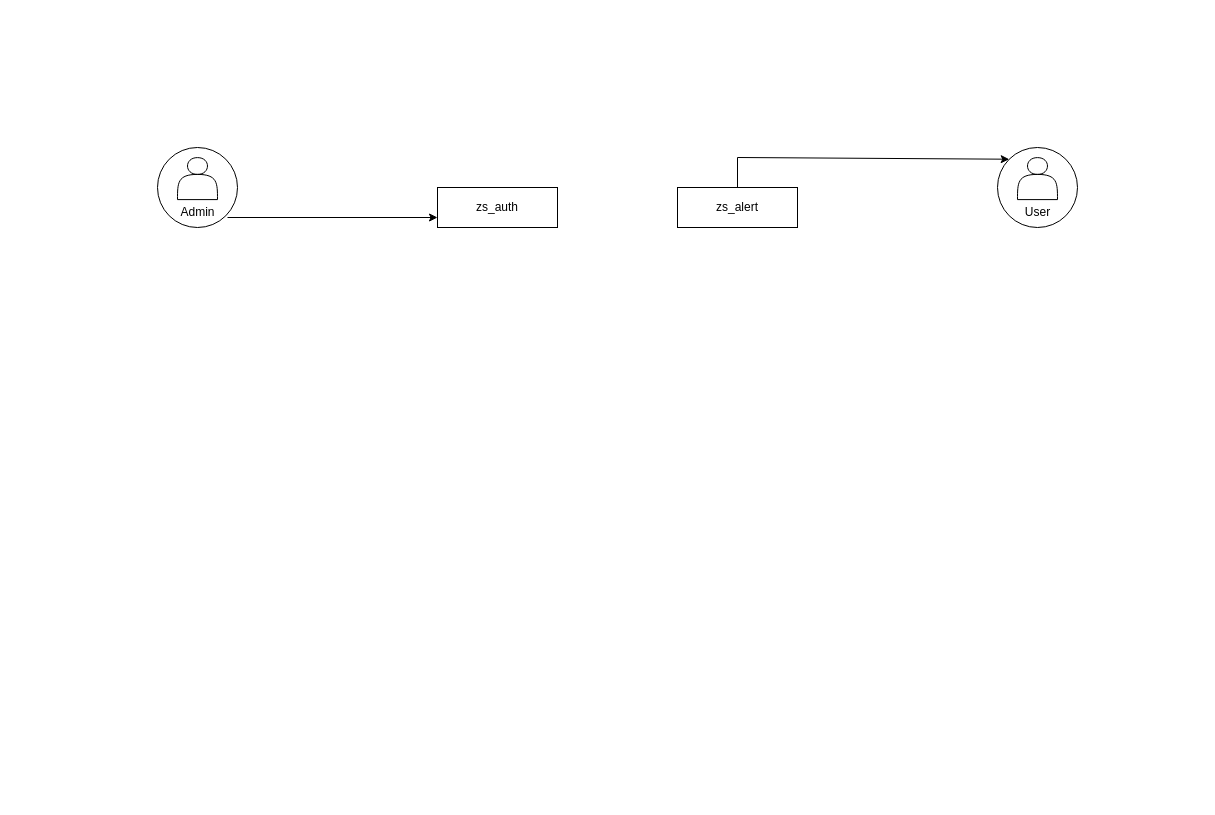
This is zs/moss.drawio from arlottang/tdh_bit, a draw.io file, before an edit. Source tidied: cells renumbered, new cells numbered last; positions are measured from the earlier drawing's top-left corner, leaving out a move shared by most shapes. Both pictures are drawn from the tidied source at 100%, with x=0, y=0 at pixel (157, 147).
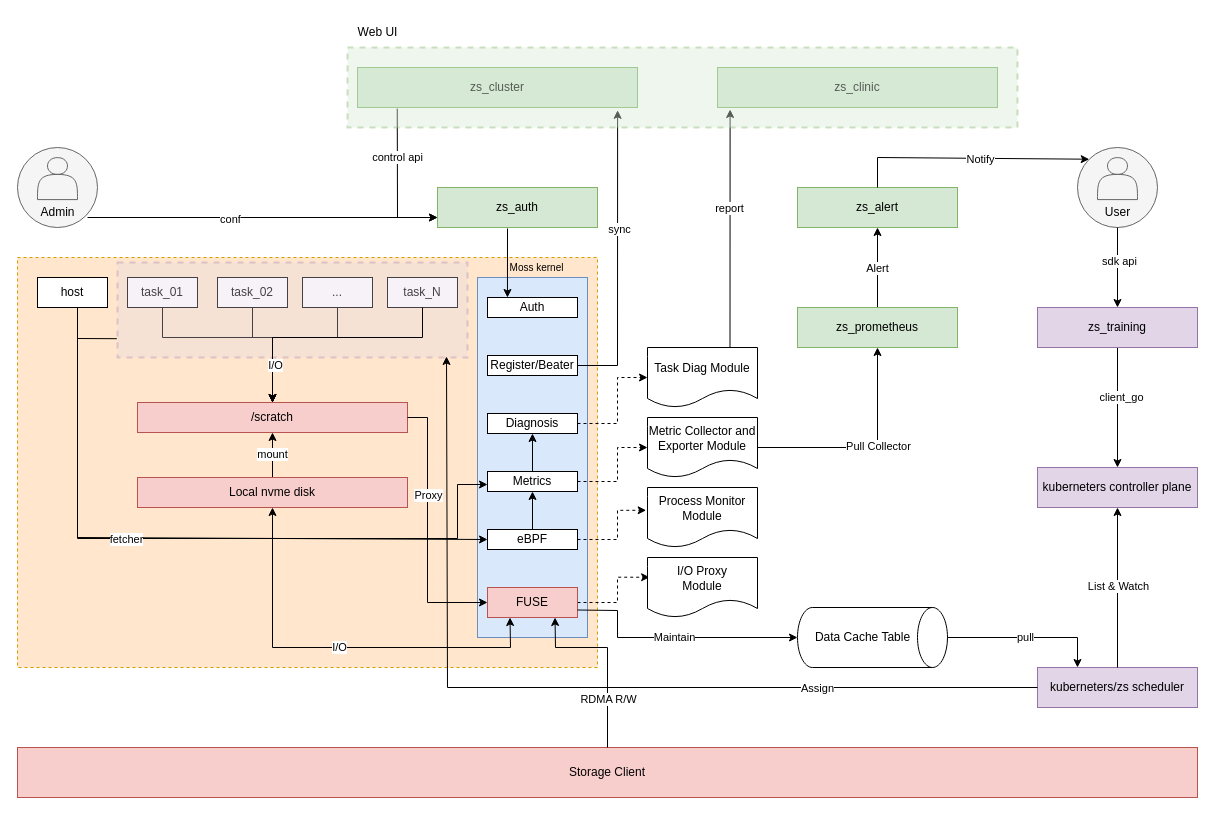
The same page after the edit.

The change refers to these unchanged cells:
```xml
<mxCell id="11" value="User" style="text;html=1;align=center;verticalAlign=middle;points=[];strokeColor=none;fillColor=none;" parent="8" vertex="1">
  <mxGeometry x="15" y="50" width="50" height="30" as="geometry" />
</mxCell>
<mxCell id="12" style="endArrow=classic;html=1;rounded=0;entryX=0;entryY=0.75;entryDx=0;entryDy=0;exitX=1;exitY=0.667;exitDx=0;exitDy=0;exitPerimeter=0;" parent="1" edge="1" source="5" target="6">
  <mxGeometry relative="1" as="geometry" />
</mxCell>
```

Change to the diagram source:
```diff
@@
     <mxCell id="2" style="group;" parent="1" vertex="1">
-      <mxGeometry width="80" height="80" as="geometry" />
+      <mxGeometry x="-140" width="80" height="80" as="geometry" />
     </mxCell>
-    <mxCell id="3" style="ellipse;whiteSpace=wrap;html=1;" parent="2" vertex="1">
+    <mxCell id="3" style="ellipse;whiteSpace=wrap;html=1;fillColor=#f5f5f5;fontColor=#333333;strokeColor=#666666;" parent="2" vertex="1">
       <mxGeometry width="80" height="80" as="geometry" />
     </mxCell>
-    <mxCell id="4" style="shape=actor;whiteSpace=wrap;html=1;" parent="2" vertex="1">
+    <mxCell id="4" style="shape=actor;whiteSpace=wrap;html=1;fillColor=#f5f5f5;fontColor=#333333;strokeColor=#666666;" parent="2" vertex="1">
       <mxGeometry x="20" y="10.1" width="40" height="42" as="geometry" />
     </mxCell>
@@
-    <mxCell id="6" value="zs_auth" style="rounded=0;whiteSpace=wrap;html=1;" parent="1" vertex="1">
-      <mxGeometry x="280" y="40" width="120" height="40" as="geometry" />
+    <mxCell id="6" value="zs_auth" style="rounded=0;whiteSpace=wrap;html=1;fillColor=#d5e8d4;strokeColor=#82b366;" parent="1" vertex="1">
+      <mxGeometry x="280" y="40" width="160" height="40" as="geometry" />
     </mxCell>
-    <mxCell id="7" value="zs_alert" style="rounded=0;whiteSpace=wrap;html=1;" parent="1" vertex="1">
-      <mxGeometry x="520" y="40" width="120" height="40" as="geometry" />
+    <mxCell id="7" value="zs_alert" style="rounded=0;whiteSpace=wrap;html=1;fillColor=#d5e8d4;strokeColor=#82b366;" parent="1" vertex="1">
+      <mxGeometry x="640" y="40" width="160" height="40" as="geometry" />
     </mxCell>
     <mxCell id="8" style="group;" parent="1" vertex="1">
-      <mxGeometry x="840" width="80" height="80" as="geometry" />
+      <mxGeometry x="920" width="80" height="80" as="geometry" />
     </mxCell>
-    <mxCell id="9" style="ellipse;whiteSpace=wrap;html=1;" parent="8" vertex="1">
+    <mxCell id="9" style="ellipse;whiteSpace=wrap;html=1;fillColor=#f5f5f5;fontColor=#333333;strokeColor=#666666;" parent="8" vertex="1">
       <mxGeometry width="80" height="80" as="geometry" />
     </mxCell>
-    <mxCell id="10" style="shape=actor;whiteSpace=wrap;html=1;" parent="8" vertex="1">
+    <mxCell id="10" style="shape=actor;whiteSpace=wrap;html=1;fillColor=#f5f5f5;fontColor=#333333;strokeColor=#666666;" parent="8" vertex="1">
       <mxGeometry x="20" y="10.1" width="40" height="42" as="geometry" />
     </mxCell>
@@
+    <mxCell id="14" value="conf" style="edgeLabel;html=1;align=center;verticalAlign=middle;" parent="12" vertex="1">
+      <mxGeometry x="-0.19" y="-1" relative="1" as="geometry" />
+    </mxCell>
     <mxCell id="13" style="endArrow=classic;html=1;rounded=0;exitX=0.5;exitY=0;exitDx=0;exitDy=0;entryX=0;entryY=0;entryDx=0;entryDy=0;" parent="1" edge="1" source="7" target="9">
       <mxGeometry relative="1" as="geometry">
         <Array as="points">
-          <mxPoint x="580" y="10" />
+          <mxPoint x="720" y="10" />
         </Array>
       </mxGeometry>
     </mxCell>
+    <mxCell id="15" value="Notify" style="edgeLabel;html=1;align=center;verticalAlign=middle;" parent="13" vertex="1">
+      <mxGeometry x="0.1" y="-1" relative="1" as="geometry" />
+    </mxCell>
+    <mxCell id="16" style="rounded=0;whiteSpace=wrap;html=1;dashed=1;fillColor=#ffe6cc;strokeColor=#d79b00;" parent="1" vertex="1">
+      <mxGeometry x="-140" y="110" width="580" height="410" as="geometry" />
+    </mxCell>
+    <mxCell id="17" value="task_01" style="rounded=0;whiteSpace=wrap;html=1;" parent="1" vertex="1">
+      <mxGeometry x="-30" y="130" width="70" height="30" as="geometry" />
+    </mxCell>
+    <mxCell id="18" value="task_02" style="rounded=0;whiteSpace=wrap;html=1;" parent="1" vertex="1">
+      <mxGeometry x="60" y="130" width="70" height="30" as="geometry" />
+    </mxCell>
+    <mxCell id="19" value="..." style="rounded=0;whiteSpace=wrap;html=1;" parent="1" vertex="1">
+      <mxGeometry x="145" y="130" width="70" height="30" as="geometry" />
+    </mxCell>
+    <mxCell id="20" value="task_N" style="rounded=0;whiteSpace=wrap;html=1;" parent="1" vertex="1">
+      <mxGeometry x="230" y="130" width="70" height="30" as="geometry" />
+    </mxCell>
+    <mxCell id="21" style="rounded=0;whiteSpace=wrap;html=1;fillColor=#dae8fc;strokeColor=#6c8ebf;" parent="1" vertex="1">
+      <mxGeometry x="320" y="130" width="110" height="360" as="geometry" />
+    </mxCell>
+    <mxCell id="22" value="Moss kernel" style="text;html=1;align=center;verticalAlign=middle;strokeColor=none;fillColor=none;fontSize=10;" parent="1" vertex="1">
+      <mxGeometry x="339" y="105" width="80" height="30" as="geometry" />
+    </mxCell>
+    <mxCell id="23" value="Auth" style="rounded=0;whiteSpace=wrap;html=1;" parent="1" vertex="1">
+      <mxGeometry x="330" y="150" width="90" height="20" as="geometry" />
+    </mxCell>
+    <mxCell id="24" style="endArrow=classic;html=1;rounded=0;entryX=0.222;entryY=0;entryDx=0;entryDy=0;entryPerimeter=0;" parent="1" edge="1" target="23">
+      <mxGeometry relative="1" as="geometry">
+        <mxPoint x="350" y="81" as="sourcePoint" />
+      </mxGeometry>
+    </mxCell>
+    <mxCell id="25" value="Register/Beater" style="rounded=0;whiteSpace=wrap;html=1;" parent="1" vertex="1">
+      <mxGeometry x="330" y="208" width="90" height="20" as="geometry" />
+    </mxCell>
+    <mxCell id="26" style="edgeStyle=orthogonalEdgeStyle;rounded=0;jettySize=auto;html=1;dashed=1;entryX=0;entryY=0.5;entryDx=0;entryDy=0;" parent="1" edge="1" source="27" target="56">
+      <mxGeometry relative="1" as="geometry">
+        <Array as="points">
+          <mxPoint x="460" y="276" />
+          <mxPoint x="460" y="230" />
+        </Array>
+      </mxGeometry>
+    </mxCell>
+    <mxCell id="27" value="Diagnosis" style="rounded=0;whiteSpace=wrap;html=1;" parent="1" vertex="1">
+      <mxGeometry x="330" y="266" width="90" height="20" as="geometry" />
+    </mxCell>
+    <mxCell id="28" style="edgeStyle=orthogonalEdgeStyle;rounded=0;jettySize=auto;html=1;" parent="1" edge="1" source="30" target="27">
+      <mxGeometry relative="1" as="geometry" />
+    </mxCell>
+    <mxCell id="29" style="edgeStyle=orthogonalEdgeStyle;rounded=0;jettySize=auto;html=1;dashed=1;" parent="1" edge="1" source="30" target="61">
+      <mxGeometry relative="1" as="geometry">
+        <Array as="points">
+          <mxPoint x="460" y="334" />
+          <mxPoint x="460" y="300" />
+        </Array>
+      </mxGeometry>
+    </mxCell>
+    <mxCell id="30" value="Metrics" style="rounded=0;whiteSpace=wrap;html=1;" parent="1" vertex="1">
+      <mxGeometry x="330" y="324" width="90" height="20" as="geometry" />
+    </mxCell>
+    <mxCell id="31" style="edgeStyle=orthogonalEdgeStyle;rounded=0;jettySize=auto;html=1;" parent="1" edge="1" source="33" target="30">
+      <mxGeometry relative="1" as="geometry" />
+    </mxCell>
+    <mxCell id="32" style="edgeStyle=orthogonalEdgeStyle;rounded=0;jettySize=auto;html=1;dashed=1;entryX=-0.012;entryY=0.38;entryDx=0;entryDy=0;entryPerimeter=0;" parent="1" edge="1" source="33" target="71">
+      <mxGeometry relative="1" as="geometry">
+        <Array as="points">
+          <mxPoint x="460" y="392" />
+          <mxPoint x="460" y="363" />
+        </Array>
+      </mxGeometry>
+    </mxCell>
+    <mxCell id="33" value="eBPF" style="rounded=0;whiteSpace=wrap;html=1;" parent="1" vertex="1">
+      <mxGeometry x="330" y="382" width="90" height="20" as="geometry" />
+    </mxCell>
+    <mxCell id="34" style="edgeStyle=orthogonalEdgeStyle;rounded=0;jettySize=auto;html=1;dashed=1;entryX=0.019;entryY=0.329;entryDx=0;entryDy=0;entryPerimeter=0;" parent="1" edge="1" source="35" target="72">
+      <mxGeometry relative="1" as="geometry">
+        <Array as="points">
+          <mxPoint x="460" y="455" />
+          <mxPoint x="460" y="430" />
+        </Array>
+      </mxGeometry>
+    </mxCell>
+    <mxCell id="35" value="FUSE" style="rounded=0;whiteSpace=wrap;html=1;fillColor=#f8cecc;strokeColor=#b85450;" parent="1" vertex="1">
+      <mxGeometry x="330" y="440" width="90" height="30" as="geometry" />
+    </mxCell>
+    <mxCell id="36" value="/scratch" style="rounded=0;whiteSpace=wrap;html=1;fillColor=#f8cecc;strokeColor=#b85450;" parent="1" vertex="1">
+      <mxGeometry x="-20" y="255" width="270" height="30" as="geometry" />
+    </mxCell>
+    <mxCell id="37" style="edgeStyle=orthogonalEdgeStyle;rounded=0;jettySize=auto;html=1;" parent="1" edge="1" source="39" target="36">
+      <mxGeometry relative="1" as="geometry" />
+    </mxCell>
+    <mxCell id="38" value="mount" style="edgeLabel;html=1;align=center;verticalAlign=middle;" parent="37" vertex="1">
+      <mxGeometry x="0.08" y="1" relative="1" as="geometry" />
+    </mxCell>
+    <mxCell id="39" value="Local nvme disk" style="rounded=0;whiteSpace=wrap;html=1;fillColor=#f8cecc;strokeColor=#b85450;" parent="1" vertex="1">
+      <mxGeometry x="-20" y="330" width="270" height="30" as="geometry" />
+    </mxCell>
+    <mxCell id="40" style="endArrow=classic;html=1;rounded=0;exitX=0.5;exitY=1;exitDx=0;exitDy=0;entryX=0.5;entryY=0;entryDx=0;entryDy=0;" parent="1" edge="1" source="18" target="36">
+      <mxGeometry relative="1" as="geometry">
+        <Array as="points">
+          <mxPoint x="95" y="190" />
+          <mxPoint x="115" y="190" />
+        </Array>
+      </mxGeometry>
+    </mxCell>
+    <mxCell id="41" style="endArrow=classic;html=1;rounded=0;entryX=0.5;entryY=0;entryDx=0;entryDy=0;exitX=0.5;exitY=1;exitDx=0;exitDy=0;" parent="1" edge="1" source="17" target="36">
+      <mxGeometry relative="1" as="geometry">
+        <Array as="points">
+          <mxPoint x="5" y="190" />
+          <mxPoint x="115" y="190" />
+        </Array>
+      </mxGeometry>
+    </mxCell>
+    <mxCell id="42" style="endArrow=classic;html=1;rounded=0;exitX=0.5;exitY=1;exitDx=0;exitDy=0;entryX=0.5;entryY=0;entryDx=0;entryDy=0;" parent="1" edge="1" source="19" target="36">
+      <mxGeometry relative="1" as="geometry">
+        <Array as="points">
+          <mxPoint x="180" y="190" />
+          <mxPoint x="115" y="190" />
+        </Array>
+      </mxGeometry>
+    </mxCell>
+    <mxCell id="43" style="rounded=0;whiteSpace=wrap;html=1;opacity=30;strokeWidth=2;dashed=1;fillColor=#e1d5e7;strokeColor=#9673a6;" parent="1" vertex="1">
+      <mxGeometry x="-40" y="115" width="350" height="95" as="geometry" />
+    </mxCell>
+    <mxCell id="44" style="endArrow=classic;html=1;rounded=0;entryX=0.5;entryY=0;entryDx=0;entryDy=0;exitX=0.5;exitY=1;exitDx=0;exitDy=0;" parent="1" edge="1" source="20" target="36">
+      <mxGeometry relative="1" as="geometry">
+        <Array as="points">
+          <mxPoint x="265" y="190" />
+          <mxPoint x="115" y="190" />
+        </Array>
+      </mxGeometry>
+    </mxCell>
+    <mxCell id="45" value="I/O" style="edgeLabel;html=1;align=center;verticalAlign=middle;" parent="44" vertex="1">
+      <mxGeometry x="0.69" y="2" relative="1" as="geometry" />
+    </mxCell>
+    <mxCell id="46" value="host" style="rounded=0;whiteSpace=wrap;html=1;" parent="1" vertex="1">
+      <mxGeometry x="-120" y="130" width="70" height="30" as="geometry" />
+    </mxCell>
+    <mxCell id="47" style="endArrow=classic;html=1;rounded=0;entryX=0;entryY=0.5;entryDx=0;entryDy=0;" parent="1" edge="1" target="33">
+      <mxGeometry relative="1" as="geometry">
+        <mxPoint x="-80" y="160" as="sourcePoint" />
+        <Array as="points">
+          <mxPoint x="-80" y="390" />
+        </Array>
+      </mxGeometry>
+    </mxCell>
+    <mxCell id="48" style="endArrow=classic;html=1;rounded=0;entryX=0;entryY=0.5;entryDx=0;entryDy=0;exitX=-0.002;exitY=0.792;exitDx=0;exitDy=0;exitPerimeter=0;" parent="1" edge="1">
+      <mxGeometry relative="1" as="geometry">
+        <mxPoint x="-40.7" y="191.2" as="sourcePoint" />
+        <mxPoint x="330" y="337" as="targetPoint" />
+        <Array as="points">
+          <mxPoint x="-80" y="191" />
+          <mxPoint x="-80" y="391" />
+          <mxPoint x="300" y="391" />
+          <mxPoint x="300" y="337" />
+        </Array>
+      </mxGeometry>
+    </mxCell>
+    <mxCell id="49" value="fetcher" style="edgeLabel;html=1;align=center;verticalAlign=middle;" parent="48" vertex="1">
+      <mxGeometry x="-0.18" y="-2" relative="1" as="geometry">
+        <mxPoint y="-2" as="offset" />
+      </mxGeometry>
+    </mxCell>
+    <mxCell id="50" value="zs_cluster" style="rounded=0;whiteSpace=wrap;html=1;fillColor=#d5e8d4;strokeColor=#82b366;" parent="1" vertex="1">
+      <mxGeometry x="200" y="-80" width="280" height="40" as="geometry" />
+    </mxCell>
+    <mxCell id="51" style="endArrow=classic;html=1;rounded=0;exitX=0.142;exitY=1.028;exitDx=0;exitDy=0;entryX=0;entryY=0.75;entryDx=0;entryDy=0;exitPerimeter=0;" parent="1" edge="1" source="50" target="6">
+      <mxGeometry relative="1" as="geometry">
+        <Array as="points">
+          <mxPoint x="240" y="70" />
+        </Array>
+      </mxGeometry>
+    </mxCell>
+    <mxCell id="52" value="control api" style="edgeLabel;html=1;align=center;verticalAlign=middle;" parent="51" vertex="1">
+      <mxGeometry x="-0.36" relative="1" as="geometry" />
+    </mxCell>
+    <mxCell id="53" style="endArrow=classic;html=1;rounded=0;exitX=1;exitY=0.5;exitDx=0;exitDy=0;entryX=0.929;entryY=1.07;entryDx=0;entryDy=0;entryPerimeter=0;" parent="1" edge="1" source="25" target="50">
+      <mxGeometry relative="1" as="geometry">
+        <Array as="points">
+          <mxPoint x="460" y="218" />
+        </Array>
+      </mxGeometry>
+    </mxCell>
+    <mxCell id="54" value="sync" style="edgeLabel;html=1;align=center;verticalAlign=middle;" parent="53" vertex="1">
+      <mxGeometry x="0.2" y="-1" relative="1" as="geometry" />
+    </mxCell>
+    <mxCell id="55" value="zs_clinic" style="rounded=0;whiteSpace=wrap;html=1;fillColor=#d5e8d4;strokeColor=#82b366;" parent="1" vertex="1">
+      <mxGeometry x="560" y="-80" width="280" height="40" as="geometry" />
+    </mxCell>
+    <mxCell id="56" value="Task Diag Module" style="shape=document;whiteSpace=wrap;html=1;boundedLbl=1;" parent="1" vertex="1">
+      <mxGeometry x="490" y="200" width="110" height="60" as="geometry" />
+    </mxCell>
+    <mxCell id="57" style="endArrow=classic;html=1;rounded=0;exitX=0.75;exitY=0;exitDx=0;exitDy=0;entryX=0.045;entryY=1.05;entryDx=0;entryDy=0;entryPerimeter=0;" parent="1" edge="1" source="56" target="55">
+      <mxGeometry relative="1" as="geometry" />
+    </mxCell>
+    <mxCell id="58" value="report" style="edgeLabel;html=1;align=center;verticalAlign=middle;" parent="57" vertex="1">
+      <mxGeometry x="0.17" y="1" relative="1" as="geometry" />
+    </mxCell>
+    <mxCell id="59" style="edgeStyle=orthogonalEdgeStyle;rounded=0;jettySize=auto;html=1;entryX=0.5;entryY=1;entryDx=0;entryDy=0;" parent="1" edge="1" source="61" target="64">
+      <mxGeometry relative="1" as="geometry" />
+    </mxCell>
+    <mxCell id="60" value="Pull Collector" style="edgeLabel;html=1;align=center;verticalAlign=middle;" parent="59" vertex="1">
+      <mxGeometry x="0.44" y="-2" relative="1" as="geometry">
+        <mxPoint x="-2" y="36" as="offset" />
+      </mxGeometry>
+    </mxCell>
+    <mxCell id="61" value="Metric Collector and Exporter Module" style="shape=document;whiteSpace=wrap;html=1;boundedLbl=1;" parent="1" vertex="1">
+      <mxGeometry x="490" y="270" width="110" height="60" as="geometry" />
+    </mxCell>
+    <mxCell id="62" style="edgeStyle=orthogonalEdgeStyle;rounded=0;jettySize=auto;html=1;" parent="1" edge="1" source="64" target="7">
+      <mxGeometry relative="1" as="geometry" />
+    </mxCell>
+    <mxCell id="63" value="Alert" style="edgeLabel;html=1;align=center;verticalAlign=middle;" parent="62" vertex="1">
+      <mxGeometry y="1" relative="1" as="geometry" />
+    </mxCell>
+    <mxCell id="64" value="zs_prometheus" style="rounded=0;whiteSpace=wrap;html=1;fillColor=#d5e8d4;strokeColor=#82b366;" parent="1" vertex="1">
+      <mxGeometry x="640" y="160" width="160" height="40" as="geometry" />
+    </mxCell>
+    <mxCell id="65" style="endArrow=classic;html=1;rounded=0;exitX=1;exitY=0.5;exitDx=0;exitDy=0;entryX=0;entryY=0.5;entryDx=0;entryDy=0;" parent="1" edge="1" source="36" target="35">
+      <mxGeometry relative="1" as="geometry">
+        <Array as="points">
+          <mxPoint x="270" y="270" />
+          <mxPoint x="270" y="455" />
+        </Array>
+      </mxGeometry>
+    </mxCell>
+    <mxCell id="66" value="Proxy" style="edgeLabel;html=1;align=center;verticalAlign=middle;" parent="65" vertex="1">
+      <mxGeometry x="-0.27" relative="1" as="geometry" />
+    </mxCell>
+    <mxCell id="67" style="endArrow=classic;html=1;rounded=0;exitX=0.25;exitY=1;exitDx=0;exitDy=0;entryX=0.5;entryY=1;entryDx=0;entryDy=0;startArrow=classic;startFill=1;" parent="1" edge="1" source="35" target="39">
+      <mxGeometry relative="1" as="geometry">
+        <Array as="points">
+          <mxPoint x="353" y="500" />
+          <mxPoint x="115" y="500" />
+        </Array>
+      </mxGeometry>
+    </mxCell>
+    <mxCell id="68" value="I/O" style="edgeLabel;html=1;align=center;verticalAlign=middle;" parent="67" vertex="1">
+      <mxGeometry x="-0.01" y="-1" relative="1" as="geometry" />
+    </mxCell>
+    <mxCell id="69" style="rounded=0;whiteSpace=wrap;html=1;fillColor=#d5e8d4;strokeColor=#82b366;opacity=40;dashed=1;strokeWidth=2;" parent="1" vertex="1">
+      <mxGeometry x="190" y="-100" width="670" height="80" as="geometry" />
+    </mxCell>
+    <mxCell id="70" value="Web UI" style="text;html=1;align=center;verticalAlign=middle;strokeColor=none;fillColor=none;" parent="1" vertex="1">
+      <mxGeometry x="190" y="-130" width="60" height="30" as="geometry" />
+    </mxCell>
+    <mxCell id="71" value="Process Monitor&lt;br&gt;Module" style="shape=document;whiteSpace=wrap;html=1;boundedLbl=1;" parent="1" vertex="1">
+      <mxGeometry x="490" y="340" width="110" height="60" as="geometry" />
+    </mxCell>
+    <mxCell id="72" value="I/O Proxy&lt;br&gt;Module" style="shape=document;whiteSpace=wrap;html=1;boundedLbl=1;" parent="1" vertex="1">
+      <mxGeometry x="490" y="410" width="110" height="60" as="geometry" />
+    </mxCell>
+    <mxCell id="73" value="Storage Client" style="rounded=0;whiteSpace=wrap;html=1;fillColor=#f8cecc;strokeColor=#b85450;" parent="1" vertex="1">
+      <mxGeometry x="-140" y="600" width="1180" height="50" as="geometry" />
+    </mxCell>
+    <mxCell id="74" style="endArrow=classic;html=1;rounded=0;exitX=0.5;exitY=0;exitDx=0;exitDy=0;entryX=0.75;entryY=1;entryDx=0;entryDy=0;" parent="1" edge="1" source="73" target="35">
+      <mxGeometry relative="1" as="geometry">
+        <Array as="points">
+          <mxPoint x="450" y="500" />
+          <mxPoint x="398" y="500" />
+        </Array>
+      </mxGeometry>
+    </mxCell>
+    <mxCell id="75" value="RDMA R/W" style="edgeLabel;html=1;align=center;verticalAlign=middle;" parent="74" vertex="1">
+      <mxGeometry x="-0.39" y="-1" relative="1" as="geometry">
+        <mxPoint x="-1" y="7" as="offset" />
+      </mxGeometry>
+    </mxCell>
+    <mxCell id="76" style="edgeStyle=orthogonalEdgeStyle;rounded=0;jettySize=auto;html=1;" parent="1" edge="1" source="78" target="81">
+      <mxGeometry relative="1" as="geometry" />
+    </mxCell>
+    <mxCell id="77" value="client_go" style="edgeLabel;html=1;align=center;verticalAlign=middle;" parent="76" vertex="1">
+      <mxGeometry x="-0.18" y="3" relative="1" as="geometry" />
+    </mxCell>
+    <mxCell id="78" value="zs_training" style="rounded=0;whiteSpace=wrap;html=1;fillColor=#e1d5e7;strokeColor=#9673a6;" parent="1" vertex="1">
+      <mxGeometry x="880" y="160" width="160" height="40" as="geometry" />
+    </mxCell>
+    <mxCell id="79" style="edgeStyle=orthogonalEdgeStyle;rounded=0;jettySize=auto;html=1;" parent="1" edge="1" source="11">
+      <mxGeometry relative="1" as="geometry">
+        <mxPoint x="960" y="160" as="targetPoint" />
+      </mxGeometry>
+    </mxCell>
+    <mxCell id="80" value="sdk api" style="edgeLabel;html=1;align=center;verticalAlign=middle;" parent="79" vertex="1">
+      <mxGeometry x="-0.16" y="1" relative="1" as="geometry">
+        <mxPoint y="-1" as="offset" />
+      </mxGeometry>
+    </mxCell>
+    <mxCell id="81" value="kuberneters controller plane" style="rounded=0;whiteSpace=wrap;html=1;fillColor=#e1d5e7;strokeColor=#9673a6;" parent="1" vertex="1">
+      <mxGeometry x="880" y="320" width="160" height="40" as="geometry" />
+    </mxCell>
+    <mxCell id="82" value="kuberneters/zs scheduler" style="rounded=0;whiteSpace=wrap;html=1;fillColor=#e1d5e7;strokeColor=#9673a6;" parent="1" vertex="1">
+      <mxGeometry x="880" y="520" width="160" height="40" as="geometry" />
+    </mxCell>
+    <mxCell id="83" style="group;" parent="1" vertex="1">
+      <mxGeometry x="640" y="460" width="150" height="60" as="geometry" />
+    </mxCell>
+    <mxCell id="84" style="shape=cylinder3;whiteSpace=wrap;html=1;boundedLbl=1;backgroundOutline=1;size=15;rotation=90;" parent="83" vertex="1">
+      <mxGeometry x="45" y="-45" width="60" height="150" as="geometry" />
+    </mxCell>
+    <mxCell id="85" value="Data Cache Table" style="text;html=1;align=center;verticalAlign=middle;strokeColor=none;fillColor=none;" parent="83" vertex="1">
+      <mxGeometry x="5" y="15" width="120" height="30" as="geometry" />
+    </mxCell>
+    <mxCell id="86" style="endArrow=classic;html=1;rounded=0;entryX=0.94;entryY=0.989;entryDx=0;entryDy=0;entryPerimeter=0;exitX=0;exitY=0.5;exitDx=0;exitDy=0;" parent="1" edge="1" source="82" target="43">
+      <mxGeometry relative="1" as="geometry">
+        <Array as="points">
+          <mxPoint x="290" y="540" />
+        </Array>
+      </mxGeometry>
+    </mxCell>
+    <mxCell id="87" value="Assign" style="edgeLabel;html=1;align=center;verticalAlign=middle;" parent="86" vertex="1">
+      <mxGeometry x="-0.52" relative="1" as="geometry" />
+    </mxCell>
+    <mxCell id="88" style="endArrow=classic;html=1;rounded=0;exitX=0.5;exitY=0;exitDx=0;exitDy=0;exitPerimeter=0;entryX=0.25;entryY=0;entryDx=0;entryDy=0;" parent="1" edge="1" source="84" target="82">
+      <mxGeometry relative="1" as="geometry">
+        <Array as="points">
+          <mxPoint x="920" y="490" />
+        </Array>
+      </mxGeometry>
+    </mxCell>
+    <mxCell id="89" value="pull" style="edgeLabel;html=1;align=center;verticalAlign=middle;" parent="88" vertex="1">
+      <mxGeometry x="-0.04" y="1" relative="1" as="geometry" />
+    </mxCell>
+    <mxCell id="90" style="endArrow=classic;html=1;rounded=0;entryX=0.5;entryY=1;entryDx=0;entryDy=0;entryPerimeter=0;exitX=1;exitY=0.75;exitDx=0;exitDy=0;" parent="1" edge="1" source="35" target="84">
+      <mxGeometry relative="1" as="geometry">
+        <Array as="points">
+          <mxPoint x="460" y="463" />
+          <mxPoint x="460" y="490" />
+        </Array>
+      </mxGeometry>
+    </mxCell>
+    <mxCell id="91" value="Maintain" style="edgeLabel;html=1;align=center;verticalAlign=middle;" parent="90" vertex="1">
+      <mxGeometry y="1" relative="1" as="geometry" />
+    </mxCell>
+    <mxCell id="92" style="endArrow=classic;html=1;rounded=0;exitX=0.5;exitY=0;exitDx=0;exitDy=0;entryX=0.5;entryY=1;entryDx=0;entryDy=0;" parent="1" edge="1" source="82" target="81">
+      <mxGeometry relative="1" as="geometry" />
+    </mxCell>
+    <mxCell id="93" value="List &amp;amp; Watch" style="edgeLabel;html=1;align=center;verticalAlign=middle;" parent="92" vertex="1">
+      <mxGeometry x="0.03" relative="1" as="geometry" />
+    </mxCell>
```
